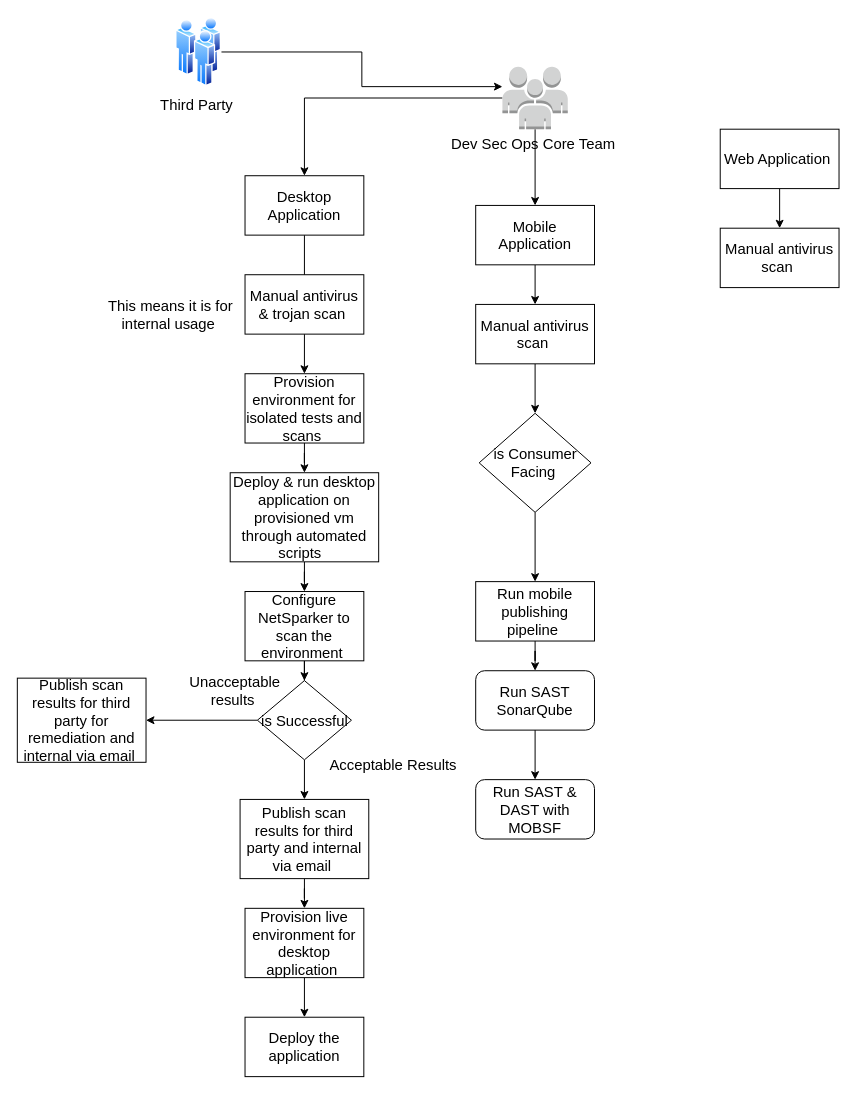
Above: page "External process" (3 of 3) of icurity.drawio in tyger-rareatom/consulting-architectures (draw.io), before the change. Source tidied: cells renumbered, new cells numbered last; positions are measured from the earlier drawing's top-left corner, leaving out a move shared by most shapes. Both pictures are drawn from the tidied source at 99%, with x=0, y=0 at pixel (17, 17).
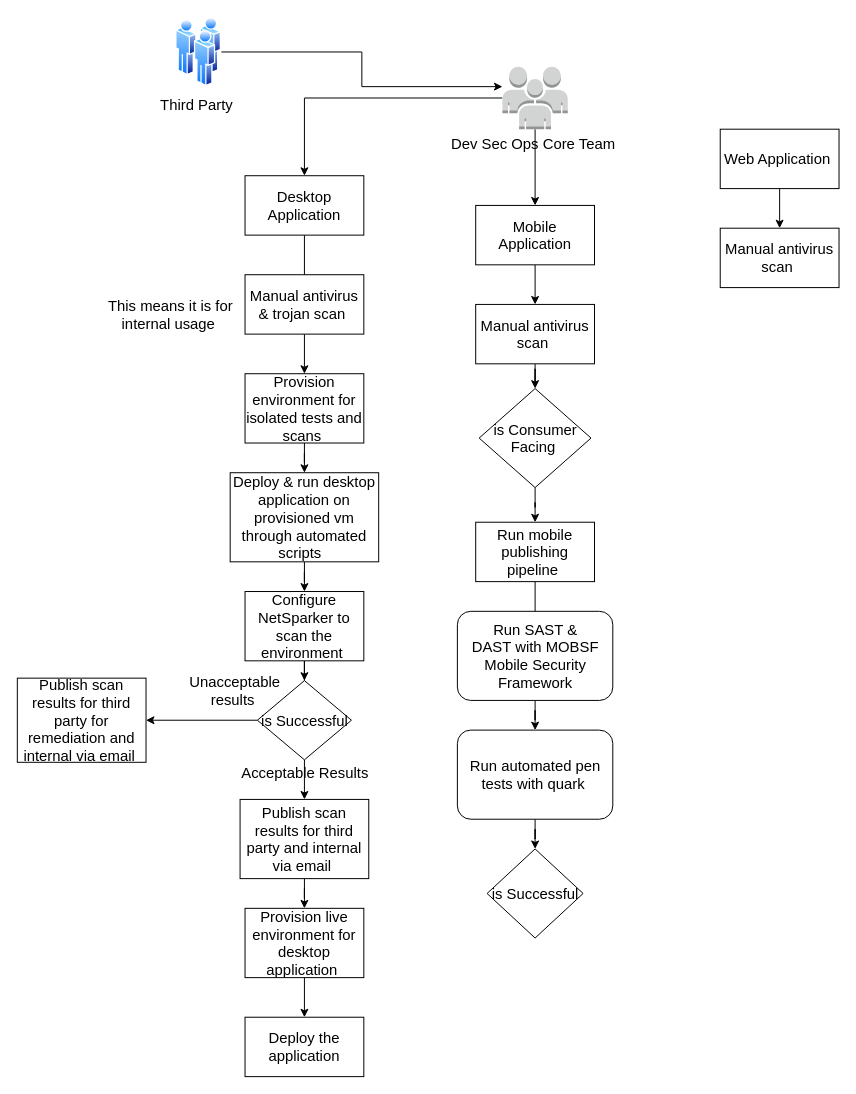
The same diagram, later.

Commit message:
Workflow enhancements

Diff of the diagram source:
```diff
@@
     <mxCell id="30" value="Acceptable Results&amp;nbsp;" style="text;html=1;strokeColor=none;fillColor=none;align=center;verticalAlign=middle;whiteSpace=wrap;rounded=0;fontSize=15;" parent="1" vertex="1">
-      <mxGeometry x="296.5" y="740" width="170" height="30" as="geometry" />
+      <mxGeometry x="215" y="752.5" width="155.5" height="20" as="geometry" />
     </mxCell>
@@
     <mxCell id="37" value="is Consumer Facing&amp;nbsp;" style="rhombus;whiteSpace=wrap;html=1;fontSize=15;" parent="1" vertex="1">
-      <mxGeometry x="466.5" y="400" width="113" height="100" as="geometry" />
+      <mxGeometry x="466.5" y="375" width="113" height="100" as="geometry" />
     </mxCell>
-    <mxCell id="38" style="edgeStyle=orthogonalEdgeStyle;rounded=0;jettySize=auto;html=1;fontSize=15;" parent="1" edge="1" source="39" target="41">
-      <mxGeometry relative="1" as="geometry" />
+    <mxCell id="38" style="edgeStyle=orthogonalEdgeStyle;rounded=0;jettySize=auto;html=1;fontSize=15;" parent="1" edge="1" source="39">
+      <mxGeometry relative="1" as="geometry">
+        <mxPoint x="523" y="660" as="targetPoint" />
+      </mxGeometry>
     </mxCell>
     <mxCell id="39" value="Run mobile publishing pipeline&amp;nbsp;" style="rounded=0;whiteSpace=wrap;html=1;fontSize=15;" parent="1" vertex="1">
-      <mxGeometry x="463" y="570" width="120" height="60" as="geometry" />
+      <mxGeometry x="463" y="510" width="120" height="60" as="geometry" />
     </mxCell>
-    <mxCell id="40" style="edgeStyle=orthogonalEdgeStyle;rounded=0;jettySize=auto;html=1;fontSize=15;" parent="1" edge="1" source="41" target="42">
-      <mxGeometry relative="1" as="geometry" />
-    </mxCell>
-    <mxCell id="41" value="Run SAST&lt;br&gt;SonarQube" style="rounded=1;whiteSpace=wrap;html=1;fontSize=15;" parent="1" vertex="1">
-      <mxGeometry x="463" y="660" width="120" height="60" as="geometry" />
-    </mxCell>
+    <mxCell id="43" style="edgeStyle=orthogonalEdgeStyle;rounded=0;jettySize=auto;html=1;fontSize=15;" parent="1" edge="1" source="42" target="45">
+      <mxGeometry relative="1" as="geometry" />
+    </mxCell>
-    <mxCell id="42" value="Run SAST &amp;amp;&lt;br&gt;DAST with MOBSF" style="rounded=1;whiteSpace=wrap;html=1;fontSize=15;" parent="1" vertex="1">
-      <mxGeometry x="463" y="770" width="120" height="60" as="geometry" />
+    <mxCell id="42" value="Run SAST &amp;amp;&lt;br&gt;DAST with MOBSF&lt;br&gt;Mobile Security Framework" style="rounded=1;whiteSpace=wrap;html=1;fontSize=15;" parent="1" vertex="1">
+      <mxGeometry x="444.5" y="600" width="157" height="90" as="geometry" />
     </mxCell>
+    <mxCell id="44" style="edgeStyle=orthogonalEdgeStyle;rounded=0;jettySize=auto;html=1;fontSize=15;" parent="1" edge="1" source="45" target="46">
+      <mxGeometry relative="1" as="geometry" />
+    </mxCell>
+    <mxCell id="45" value="Run automated pen tests with quark&amp;nbsp;" style="rounded=1;whiteSpace=wrap;html=1;fontSize=15;" parent="1" vertex="1">
+      <mxGeometry x="444.5" y="720" width="157" height="90" as="geometry" />
+    </mxCell>
+    <mxCell id="46" value="is Successful" style="rhombus;whiteSpace=wrap;html=1;fontSize=15;" parent="1" vertex="1">
+      <mxGeometry x="474.5" y="840" width="97" height="90" as="geometry" />
+    </mxCell>
```
